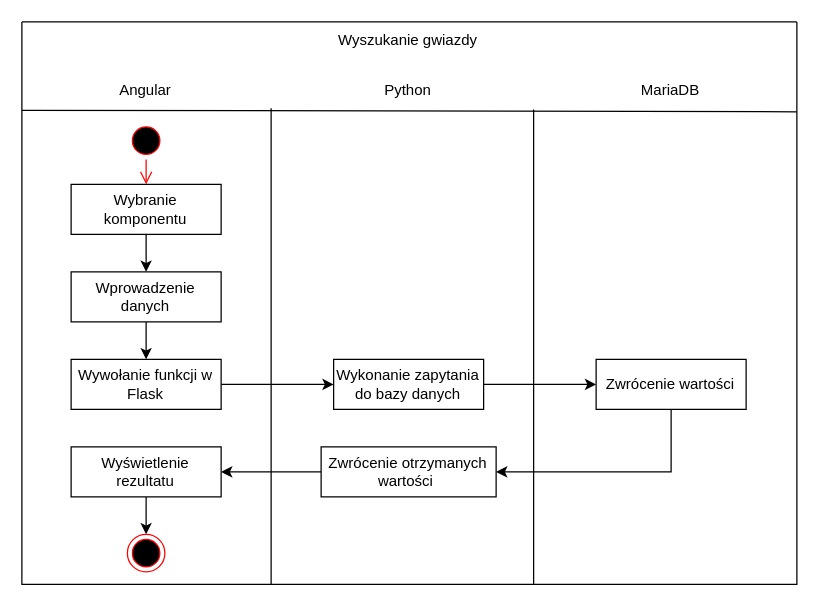
Quadium9/Projekt_I keeps this draw.io diagram as Diagram/SearchStar.drawio. Above is the earlier version. Source tidied: cells renumbered, new cells numbered last; positions are measured from the earlier drawing's top-left corner, leaving out a move shared by most shapes. Both pictures are drawn from the tidied source at 125%, with x=0, y=0 at pixel (21, 21).
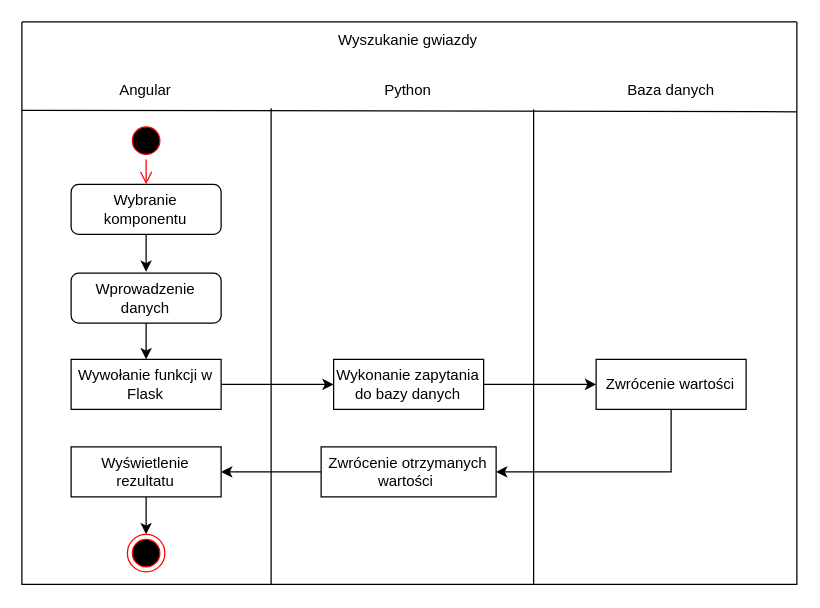
Above is the later version.

Unchanged cells that the change refers to:
```xml
<mxCell id="2" style="swimlane;startSize=0;" parent="1" vertex="1">
  <mxGeometry width="620" height="450" as="geometry" />
</mxCell>
<mxCell id="9" style="ellipse;html=1;shape=startState;fillColor=#000000;strokeColor=#ff0000;" parent="2" vertex="1">
  <mxGeometry x="84.4" y="80" width="30" height="30" as="geometry" />
</mxCell>
<mxCell id="16" value="Wywołanie funkcji w Flask" style="rounded=0;whiteSpace=wrap;html=1;" parent="2" vertex="1">
  <mxGeometry x="39.4" y="270" width="120" height="40" as="geometry" />
</mxCell>
```

Change to the diagram source:
```diff
@@
-    <mxCell id="4" value="MariaDB" style="text;html=1;strokeColor=none;fillColor=none;align=center;verticalAlign=middle;whiteSpace=wrap;rounded=0;" parent="2" vertex="1">
-      <mxGeometry x="489.4" y="40" width="60" height="30" as="geometry" />
+    <mxCell id="4" value="Baza danych" style="text;html=1;strokeColor=none;fillColor=none;align=center;verticalAlign=middle;whiteSpace=wrap;rounded=0;" parent="2" vertex="1">
+      <mxGeometry x="479.1" y="40" width="80.6" height="30" as="geometry" />
     </mxCell>
@@
-    <mxCell id="10" style="edgeStyle=orthogonalEdgeStyle;html=1;verticalAlign=bottom;endArrow=open;endSize=8;strokeColor=#ff0000;rounded=0;entryX=0.5;entryY=0;entryDx=0;entryDy=0;" parent="2" edge="1" source="9" target="12">
-      <mxGeometry relative="1" as="geometry" />
+    <mxCell id="10" style="edgeStyle=orthogonalEdgeStyle;html=1;verticalAlign=bottom;endArrow=open;endSize=8;strokeColor=#ff0000;rounded=0;entryX=0.5;entryY=0;entryDx=0;entryDy=0;" parent="2" edge="1" source="9">
+      <mxGeometry relative="1" as="geometry">
+        <mxPoint x="99.4" y="130" as="targetPoint" />
+      </mxGeometry>
     </mxCell>
-    <mxCell id="11" style="edgeStyle=orthogonalEdgeStyle;rounded=0;jettySize=auto;html=1;entryX=0.5;entryY=0;entryDx=0;entryDy=0;entryPerimeter=0;" parent="2" edge="1" source="12" target="14">
-      <mxGeometry relative="1" as="geometry" />
+    <mxCell id="11" style="edgeStyle=orthogonalEdgeStyle;rounded=0;orthogonalLoop=1;jettySize=auto;html=1;entryX=0.5;entryY=0;entryDx=0;entryDy=0;entryPerimeter=0;" parent="2" edge="1">
+      <mxGeometry relative="1" as="geometry">
+        <mxPoint x="99.4" y="170" as="sourcePoint" />
+        <mxPoint x="99.4" y="200" as="targetPoint" />
+      </mxGeometry>
     </mxCell>
-    <mxCell id="12" value="Wybranie komponentu" style="rounded=0;whiteSpace=wrap;html=1;" parent="2" vertex="1">
-      <mxGeometry x="39.4" y="130" width="120" height="40" as="geometry" />
-    </mxCell>
-    <mxCell id="13" style="edgeStyle=orthogonalEdgeStyle;rounded=0;jettySize=auto;html=1;entryX=0.5;entryY=0;entryDx=0;entryDy=0;" parent="2" edge="1" source="14" target="16">
-      <mxGeometry relative="1" as="geometry" />
+    <mxCell id="13" style="edgeStyle=orthogonalEdgeStyle;rounded=0;jettySize=auto;html=1;entryX=0.5;entryY=0;entryDx=0;entryDy=0;" parent="2" edge="1" target="16">
+      <mxGeometry relative="1" as="geometry">
+        <mxPoint x="99.4" y="240" as="sourcePoint" />
+      </mxGeometry>
     </mxCell>
-    <mxCell id="14" value="Wprowadzenie danych" style="rounded=0;whiteSpace=wrap;html=1;" parent="2" vertex="1">
-      <mxGeometry x="39.4" y="200" width="120" height="40" as="geometry" />
-    </mxCell>
@@
+    <mxCell id="12" value="&lt;span&gt;Wybranie komponentu&lt;/span&gt;" style="rounded=1;whiteSpace=wrap;html=1;" parent="2" vertex="1">
+      <mxGeometry x="39.4" y="130" width="120" height="40" as="geometry" />
+    </mxCell>
+    <mxCell id="14" value="Wprowadzenie danych" style="rounded=1;whiteSpace=wrap;html=1;" parent="2" vertex="1">
+      <mxGeometry x="39.4" y="201" width="120" height="40" as="geometry" />
+    </mxCell>
```
